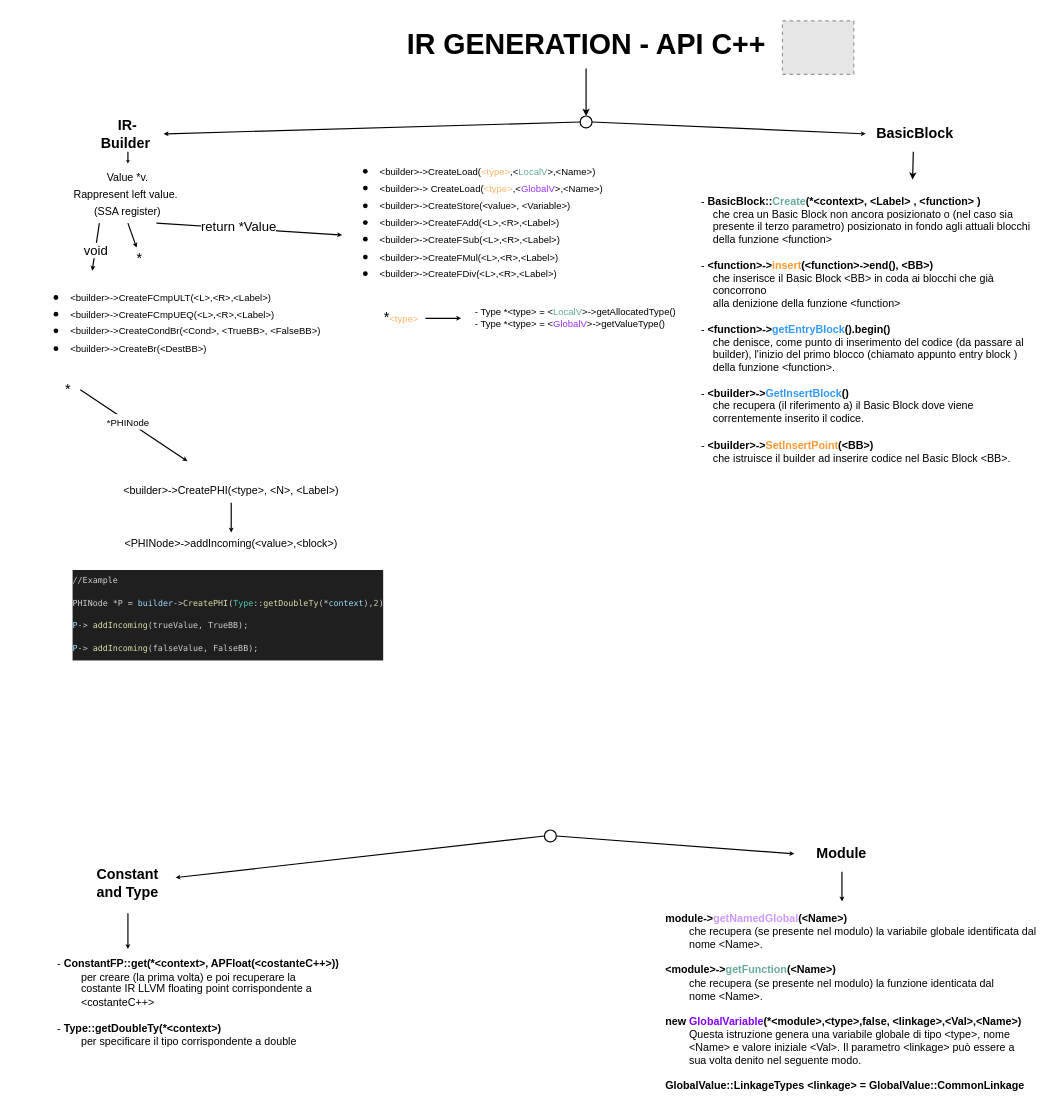
Before: Front-End/Progetto_Finale/img/IR_generation.drawio in lucaAnza/MyFirstLLVM_compiler, a draw.io diagram. Source tidied: cells renumbered, new cells numbered last; positions are measured from the earlier drawing's top-left corner, leaving out a move shared by most shapes. Both pictures are drawn from the tidied source at 119%, with x=0, y=0 at pixel (20, 20). Pictures stored in the file or linked from it are replaced by grey dashed boxes.
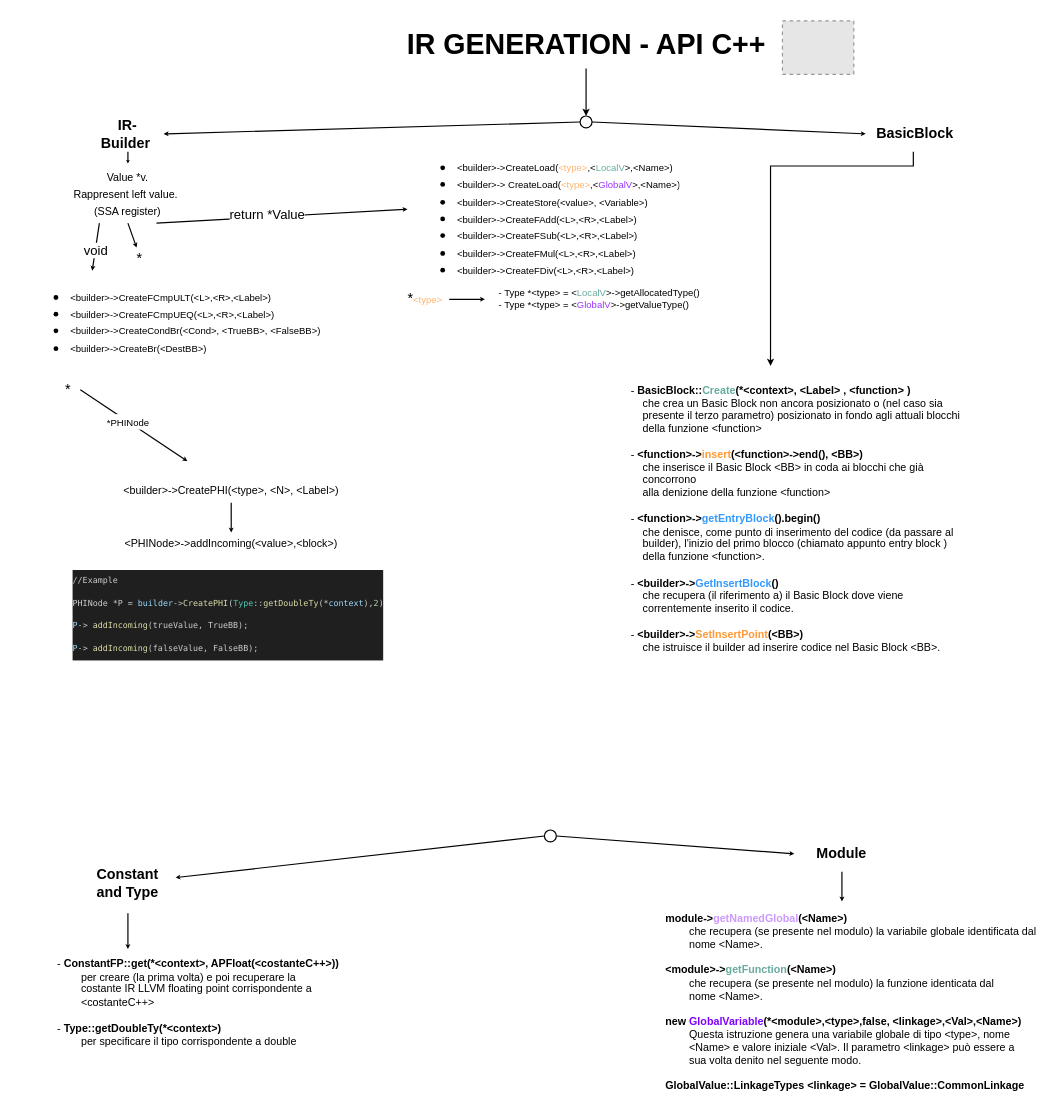
The same page after the edit.

The change refers to these unchanged cells:
```xml
<mxCell id="9" value="&lt;font style=&quot;font-size: 9px;&quot;&gt;Value *v.&lt;/font&gt;&lt;div style=&quot;&quot;&gt;&lt;font style=&quot;font-size: 9px;&quot;&gt;Rappresent left value.&lt;/font&gt;&lt;font style=&quot;font-size: 11px;&quot;&gt;&amp;nbsp;&lt;/font&gt;&lt;/div&gt;&lt;div style=&quot;&quot;&gt;&lt;font style=&quot;font-size: 9px;&quot;&gt;(SSA register)&lt;/font&gt;&lt;/div&gt;" style="text;html=1;align=center;verticalAlign=middle;whiteSpace=wrap;rounded=0;" parent="1" vertex="1">
  <mxGeometry x="42" y="120" width="96" height="50" as="geometry" />
</mxCell>
<mxCell id="20" value="&lt;b&gt;&amp;nbsp;BasicBlock&lt;/b&gt;" style="text;html=1;align=center;verticalAlign=middle;whiteSpace=wrap;rounded=0;" parent="1" vertex="1">
  <mxGeometry x="710" y="80" width="80" height="30" as="geometry" />
</mxCell>
```

The edit, as a diff of the source:
```diff
@@
-    <mxCell id="12" style="endArrow=classic;html=1;rounded=0;exitX=0.75;exitY=1;exitDx=0;exitDy=0;endSize=1;" parent="1" edge="1" source="9">
-      <mxGeometry relative="1" as="geometry">
-        <mxPoint x="270" y="180" as="targetPoint" />
-      </mxGeometry>
+    <mxCell id="12" style="endArrow=classic;html=1;rounded=0;exitX=0.75;exitY=1;exitDx=0;exitDy=0;endSize=1;" parent="1" edge="1" source="9" target="15">
+      <mxGeometry relative="1" as="geometry" />
     </mxCell>
@@
     <mxCell id="15" value="&lt;div&gt;&lt;br&gt;&lt;/div&gt;&lt;ul&gt;&lt;li&gt;&lt;span style=&quot;font-size: 8px;&quot;&gt;&amp;lt;builder&amp;gt;-&amp;gt;CreateLoad(&lt;font color=&quot;#ffb570&quot;&gt;&amp;lt;type&amp;gt;&lt;/font&gt;,&amp;lt;&lt;font color=&quot;#67ab9f&quot;&gt;LocalV&lt;/font&gt;&amp;gt;,&amp;lt;Name&amp;gt;)&lt;/span&gt;&lt;/li&gt;&lt;li&gt;&lt;span style=&quot;font-size: 8px;&quot;&gt;&amp;lt;builder&amp;gt;-&amp;gt; CreateLoad(&lt;font color=&quot;#ffb570&quot;&gt;&amp;lt;type&amp;gt;&lt;/font&gt;,&amp;lt;&lt;font color=&quot;#9933ff&quot;&gt;GlobalV&lt;/font&gt;&amp;gt;,&amp;lt;Name&amp;gt;)&lt;/span&gt;&lt;/li&gt;&lt;li&gt;&lt;span style=&quot;font-size: 8px;&quot;&gt;&amp;lt;builder&amp;gt;-&amp;gt;CreateStore(&amp;lt;value&amp;gt;, &amp;lt;Variable&amp;gt;)&lt;/span&gt;&lt;/li&gt;&lt;li style=&quot;&quot;&gt;&lt;span style=&quot;font-size: 8px;&quot;&gt;&amp;lt;builder&amp;gt;-&amp;gt;CreateFAdd(&amp;lt;L&amp;gt;,&amp;lt;R&amp;gt;,&amp;lt;Label&amp;gt;)&lt;/span&gt;&lt;/li&gt;&lt;li style=&quot;&quot;&gt;&lt;span style=&quot;font-size: 8px;&quot;&gt;&amp;lt;builder&amp;gt;-&amp;gt;CreateFSub(&amp;lt;L&amp;gt;,&amp;lt;R&amp;gt;,&amp;lt;Label&amp;gt;)&lt;/span&gt;&lt;/li&gt;&lt;li style=&quot;&quot;&gt;&lt;span style=&quot;font-size: 8px;&quot;&gt;&amp;lt;builder&amp;gt;-&amp;gt;CreateFMul(&amp;lt;L&amp;gt;,&amp;lt;R&amp;gt;,&amp;lt;Label&amp;gt;)&lt;/span&gt;&lt;/li&gt;&lt;li style=&quot;&quot;&gt;&lt;span style=&quot;font-size: 8px;&quot;&gt;&amp;lt;builder&amp;gt;-&amp;gt;CreateFDiv(&amp;lt;L&amp;gt;,&amp;lt;R&amp;gt;,&amp;lt;Label&amp;gt;)&lt;/span&gt;&lt;/li&gt;&lt;/ul&gt;" style="text;strokeColor=none;fillColor=none;html=1;whiteSpace=wrap;verticalAlign=middle;overflow=hidden;" parent="1" vertex="1">
-      <mxGeometry x="260" y="90" width="230" height="130" as="geometry" />
+      <mxGeometry x="325" y="87" width="230" height="130" as="geometry" />
     </mxCell>
     <mxCell id="16" style="edgeStyle=orthogonalEdgeStyle;rounded=0;jettySize=auto;html=1;exitX=1;exitY=0.5;exitDx=0;exitDy=0;endSize=1;" parent="1" edge="1" source="17">
       <mxGeometry relative="1" as="geometry">
-        <mxPoint x="370" y="250" as="targetPoint" />
+        <mxPoint x="390" y="234" as="targetPoint" />
       </mxGeometry>
     </mxCell>
     <mxCell id="17" value="*&lt;font style=&quot;font-size: 8px;&quot; color=&quot;#ffb570&quot;&gt;&amp;lt;type&amp;gt;&lt;/font&gt;" style="text;html=1;align=center;verticalAlign=middle;whiteSpace=wrap;rounded=0;" parent="1" vertex="1">
-      <mxGeometry x="300" y="240" width="40" height="20" as="geometry" />
+      <mxGeometry x="320" y="224" width="40" height="20" as="geometry" />
     </mxCell>
     <mxCell id="18" value="&lt;div style=&quot;font-size: 8px;&quot;&gt;&lt;font style=&quot;font-size: 8px;&quot;&gt;- Type *&amp;lt;type&amp;gt; = &amp;lt;&lt;font color=&quot;#67ab9f&quot;&gt;LocalV&lt;/font&gt;&amp;gt;-&amp;gt;getAllocatedType()&lt;/font&gt;&lt;/div&gt;&lt;div style=&quot;font-size: 8px;&quot;&gt;&lt;font style=&quot;font-size: 8px;&quot;&gt;- Type *&amp;lt;type&amp;gt; = &amp;lt;&lt;font color=&quot;#9933ff&quot;&gt;GlobalV&lt;/font&gt;&amp;gt;-&amp;gt;getValueType()&lt;/font&gt;&lt;/div&gt;" style="text;html=1;align=left;verticalAlign=middle;strokeColor=none;fillColor=none;fontSize=8;" parent="1" vertex="1">
-      <mxGeometry x="380" y="235" width="190" height="30" as="geometry" />
+      <mxGeometry x="400" y="219" width="190" height="30" as="geometry" />
     </mxCell>
@@
-    <mxCell id="21" style="edgeStyle=orthogonalEdgeStyle;rounded=0;jettySize=auto;html=1;exitX=0.5;exitY=1;exitDx=0;exitDy=0;endSize=3;entryX=0.605;entryY=0.004;entryDx=0;entryDy=0;entryPerimeter=0;" parent="1" edge="1" source="20">
+    <mxCell id="21" style="edgeStyle=orthogonalEdgeStyle;rounded=0;jettySize=auto;html=1;exitX=0.5;exitY=1;exitDx=0;exitDy=0;endSize=3;" parent="1" edge="1" source="20">
       <mxGeometry relative="1" as="geometry">
-        <mxPoint x="749.4" y="133.4" as="targetPoint" />
+        <mxPoint x="630" y="290" as="targetPoint" />
+        <Array as="points">
+          <mxPoint x="750" y="122" />
+        </Array>
       </mxGeometry>
     </mxCell>
     <mxCell id="22" value="&lt;font style=&quot;font-size: 9px;&quot;&gt;- &lt;b style=&quot;font-size: 9px;&quot;&gt;BasicBlock::&lt;font color=&quot;#67ab9f&quot;&gt;Create&lt;/font&gt;(*&amp;lt;context&amp;gt;, &amp;lt;Label&amp;gt; , &amp;lt;function&amp;gt; )&lt;/b&gt;&lt;br style=&quot;padding: 0px; margin: 0px; font-size: 9px;&quot;&gt;&amp;nbsp;&amp;nbsp;&amp;nbsp;&amp;nbsp;che crea un Basic Block non ancora posizionato o (nel caso sia&lt;br style=&quot;padding: 0px; margin: 0px; font-size: 9px;&quot;&gt;&amp;nbsp;&amp;nbsp;&amp;nbsp;&amp;nbsp;presente il terzo parametro) posizionato in fondo agli attuali blocchi&lt;br style=&quot;padding: 0px; margin: 0px; font-size: 9px;&quot;&gt;&amp;nbsp;&amp;nbsp;&amp;nbsp;&amp;nbsp;della funzione &amp;lt;function&amp;gt;&lt;br style=&quot;padding: 0px; margin: 0px; font-size: 9px;&quot;&gt;&lt;br style=&quot;padding: 0px; margin: 0px; font-size: 9px;&quot;&gt;- &lt;b style=&quot;font-size: 9px;&quot;&gt;&amp;lt;function&amp;gt;-&amp;gt;&lt;font color=&quot;#ff9933&quot;&gt;insert&lt;/font&gt;(&amp;lt;function&amp;gt;-&amp;gt;end(), &amp;lt;BB&amp;gt;)&lt;/b&gt;&lt;br style=&quot;padding: 0px; margin: 0px; font-size: 9px;&quot;&gt;&amp;nbsp;&amp;nbsp;&amp;nbsp;&amp;nbsp;che inserisce il Basic Block &amp;lt;BB&amp;gt; in coda ai blocchi che già &amp;nbsp;&amp;nbsp;&amp;nbsp;&amp;nbsp;concorrono&lt;br style=&quot;padding: 0px; margin: 0px; font-size: 9px;&quot;&gt;&amp;nbsp;&amp;nbsp;&amp;nbsp;&amp;nbsp;alla denizione della funzione &amp;lt;function&amp;gt;&lt;br style=&quot;padding: 0px; margin: 0px; font-size: 9px;&quot;&gt;&lt;br style=&quot;padding: 0px; margin: 0px; font-size: 9px;&quot;&gt;- &lt;b style=&quot;font-size: 9px;&quot;&gt;&amp;lt;function&amp;gt;-&amp;gt;&lt;font color=&quot;#3399ff&quot;&gt;getEntryBlock&lt;/font&gt;().begin()&lt;/b&gt;&lt;br style=&quot;padding: 0px; margin: 0px; font-size: 9px;&quot;&gt;&amp;nbsp;&amp;nbsp;&amp;nbsp;&amp;nbsp;che denisce, come punto di inserimento del codice (da passare al&lt;br style=&quot;padding: 0px; margin: 0px; font-size: 9px;&quot;&gt;&amp;nbsp;&amp;nbsp;&amp;nbsp;&amp;nbsp;builder), l'inizio del primo blocco (chiamato appunto entry block ) &amp;nbsp;&amp;nbsp;&amp;nbsp;&amp;nbsp;della funzione &amp;lt;function&amp;gt;.&lt;br style=&quot;padding: 0px; margin: 0px; font-size: 9px;&quot;&gt;&lt;br style=&quot;padding: 0px; margin: 0px; font-size: 9px;&quot;&gt;- &lt;b style=&quot;font-size: 9px;&quot;&gt;&amp;lt;builder&amp;gt;-&amp;gt;&lt;font color=&quot;#3399ff&quot;&gt;GetInsertBlock&lt;/font&gt;()&lt;/b&gt;&lt;br style=&quot;padding: 0px; margin: 0px; font-size: 9px;&quot;&gt;&amp;nbsp;&amp;nbsp;&amp;nbsp;&amp;nbsp;che recupera (il riferimento a) il Basic Block dove viene &amp;nbsp;&amp;nbsp;&amp;nbsp;&amp;nbsp;correntemente inserito il codice.&lt;br style=&quot;padding: 0px; margin: 0px; font-size: 9px;&quot;&gt;&lt;br style=&quot;padding: 0px; margin: 0px; font-size: 9px;&quot;&gt;- &lt;b style=&quot;font-size: 9px;&quot;&gt;&amp;lt;builder&amp;gt;-&amp;gt;&lt;font color=&quot;#ff9933&quot;&gt;SetInsertPoint&lt;/font&gt;(&amp;lt;BB&amp;gt;)&lt;/b&gt;&lt;br style=&quot;padding: 0px; margin: 0px; font-size: 9px;&quot;&gt;&amp;nbsp;&amp;nbsp;&amp;nbsp;&amp;nbsp;che istruisce il builder ad inserire codice nel Basic Block &amp;lt;BB&amp;gt;.&lt;/font&gt;&lt;div style=&quot;padding: 0px; margin: 0px; font-size: 9px;&quot;&gt;&lt;br style=&quot;padding: 0px; margin: 0px; font-size: 9px;&quot;&gt;&lt;/div&gt;" style="text;html=1;align=left;verticalAlign=middle;whiteSpace=wrap;rounded=0;fontSize=9;" parent="1" vertex="1">
-      <mxGeometry x="570" y="150" width="290" height="230" as="geometry" />
+      <mxGeometry x="511" y="309" width="290" height="230" as="geometry" />
     </mxCell>
```
